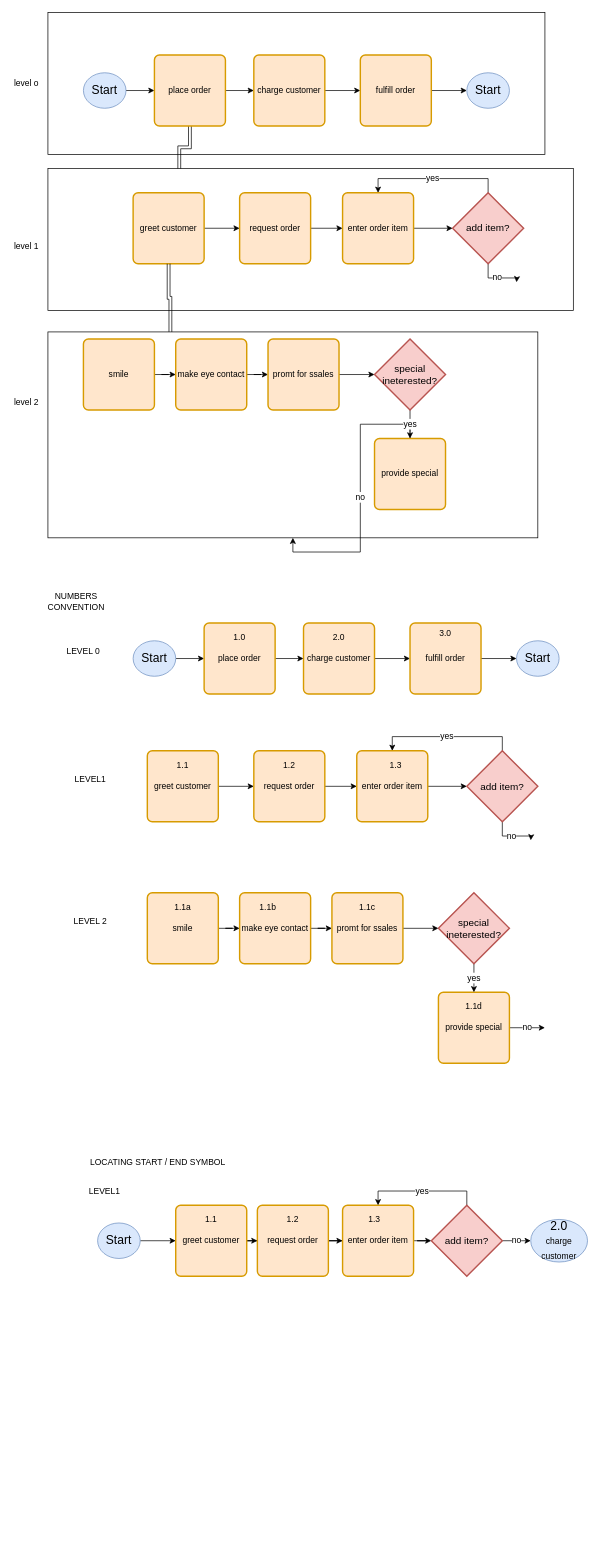
The draw.io diagram page "process flowchart levels" (10 of 10) of Untitled Diagram.drawio in lil971/FirstRepository, before the edit. Source tidied: cells renumbered, new cells numbered last; positions are measured from the earlier drawing's top-left corner, leaving out a move shared by most shapes. Both pictures are drawn from the tidied source at 71%, with x=0, y=0 at pixel (12, 12).
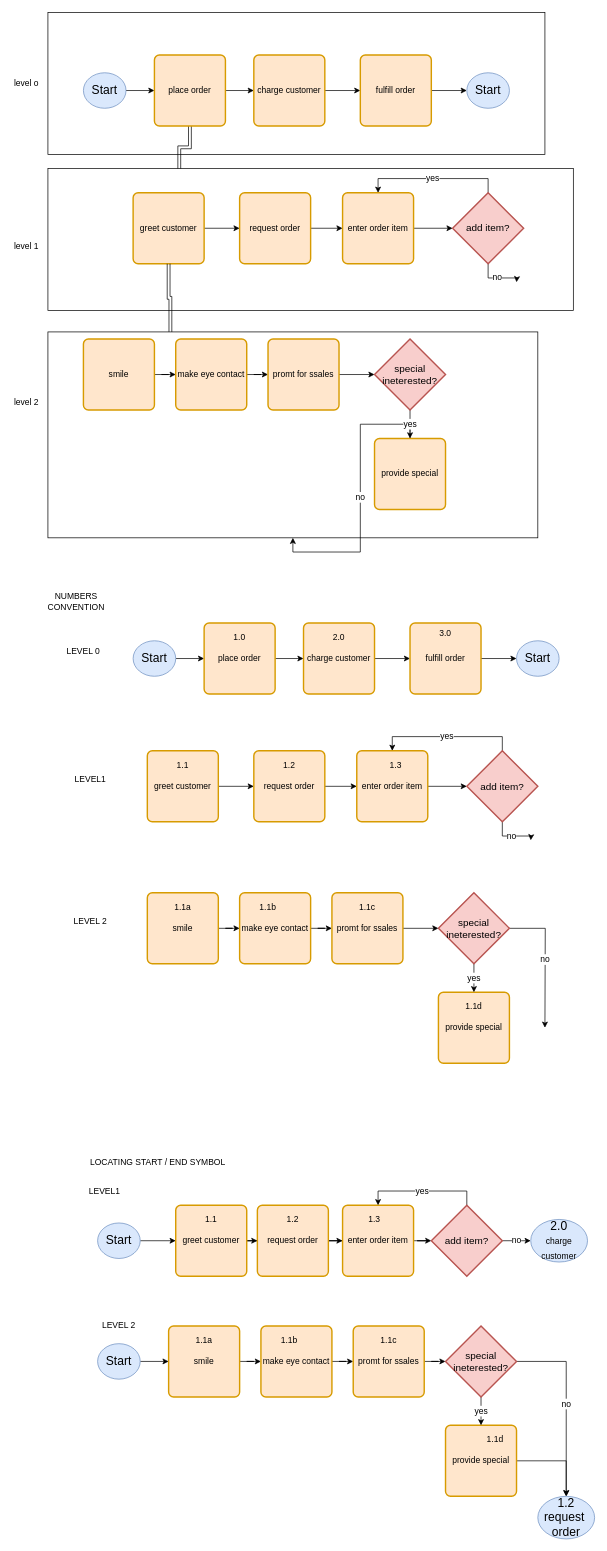
The same diagram, later.

Unchanged cells that the change refers to:
```xml
<mxCell id="72" value="provide special" style="rounded=1;whiteSpace=wrap;html=1;absoluteArcSize=1;arcSize=14;strokeWidth=2;fillColor=#ffe6cc;strokeColor=#d79b00;fontSize=12;align=center;" parent="1" vertex="1">
  <mxGeometry x="600" y="1380" width="100" height="100" as="geometry" />
</mxCell>
<mxCell id="74" value="&lt;font style=&quot;font-size: 14px&quot;&gt;special ineterested?&lt;/font&gt;" style="strokeWidth=2;html=1;shape=mxgraph.flowchart.decision;whiteSpace=wrap;fillColor=#f8cecc;strokeColor=#b85450;fontSize=12;align=center;" parent="1" vertex="1">
  <mxGeometry x="600" y="1240" width="100" height="100" as="geometry" />
</mxCell>
```

The edit, as a diff of the source:
```diff
@@
-    <mxCell id="71" value="no" style="edgeStyle=orthogonalEdgeStyle;rounded=0;jettySize=auto;html=1;fontSize=12;" parent="1" edge="1" source="72">
+    <mxCell id="71" value="no" style="edgeStyle=orthogonalEdgeStyle;rounded=0;jettySize=auto;html=1;fontSize=12;" parent="1" edge="1" source="74">
       <mxGeometry relative="1" as="geometry">
         <mxPoint x="750" y="1430" as="targetPoint" />
       </mxGeometry>
     </mxCell>
@@
+    <mxCell id="97" style="edgeStyle=orthogonalEdgeStyle;rounded=0;jettySize=auto;html=1;fontSize=12;" parent="1" edge="1" source="98" target="100">
+      <mxGeometry relative="1" as="geometry" />
+    </mxCell>
+    <mxCell id="98" value="smile" style="rounded=1;whiteSpace=wrap;html=1;absoluteArcSize=1;arcSize=14;strokeWidth=2;fillColor=#ffe6cc;strokeColor=#d79b00;fontSize=12;align=center;" parent="1" vertex="1">
+      <mxGeometry x="220" y="1850" width="100" height="100" as="geometry" />
+    </mxCell>
+    <mxCell id="99" style="edgeStyle=orthogonalEdgeStyle;rounded=0;jettySize=auto;html=1;fontSize=12;" parent="1" edge="1" source="100" target="102">
+      <mxGeometry relative="1" as="geometry" />
+    </mxCell>
+    <mxCell id="100" value="make eye contact" style="rounded=1;whiteSpace=wrap;html=1;absoluteArcSize=1;arcSize=14;strokeWidth=2;fillColor=#ffe6cc;strokeColor=#d79b00;fontSize=12;align=center;" parent="1" vertex="1">
+      <mxGeometry x="350" y="1850" width="100" height="100" as="geometry" />
+    </mxCell>
+    <mxCell id="101" style="edgeStyle=orthogonalEdgeStyle;rounded=0;jettySize=auto;html=1;fontSize=12;" parent="1" edge="1" source="102" target="107">
+      <mxGeometry relative="1" as="geometry" />
+    </mxCell>
+    <mxCell id="102" value="promt for ssales" style="rounded=1;whiteSpace=wrap;html=1;absoluteArcSize=1;arcSize=14;strokeWidth=2;fillColor=#ffe6cc;strokeColor=#d79b00;fontSize=12;align=center;" parent="1" vertex="1">
+      <mxGeometry x="480" y="1850" width="100" height="100" as="geometry" />
+    </mxCell>
+    <mxCell id="103" value="no" style="edgeStyle=orthogonalEdgeStyle;rounded=0;jettySize=auto;html=1;fontSize=12;exitX=1;exitY=0.5;exitDx=0;exitDy=0;exitPerimeter=0;" parent="1" edge="1" source="107" target="115">
+      <mxGeometry relative="1" as="geometry" />
+    </mxCell>
+    <mxCell id="104" style="edgeStyle=orthogonalEdgeStyle;rounded=0;jettySize=auto;html=1;fontSize=12;entryX=0.5;entryY=0;entryDx=0;entryDy=0;" parent="1" edge="1" source="105" target="115">
+      <mxGeometry relative="1" as="geometry" />
+    </mxCell>
+    <mxCell id="105" value="provide special" style="rounded=1;whiteSpace=wrap;html=1;absoluteArcSize=1;arcSize=14;strokeWidth=2;fillColor=#ffe6cc;strokeColor=#d79b00;fontSize=12;align=center;" parent="1" vertex="1">
+      <mxGeometry x="610" y="1990" width="100" height="100" as="geometry" />
+    </mxCell>
+    <mxCell id="106" value="yes" style="edgeStyle=orthogonalEdgeStyle;rounded=0;jettySize=auto;html=1;fontSize=12;" parent="1" edge="1" source="107" target="105">
+      <mxGeometry relative="1" as="geometry" />
+    </mxCell>
+    <mxCell id="107" value="&lt;font style=&quot;font-size: 14px&quot;&gt;special ineterested?&lt;/font&gt;" style="strokeWidth=2;html=1;shape=mxgraph.flowchart.decision;whiteSpace=wrap;fillColor=#f8cecc;strokeColor=#b85450;fontSize=12;align=center;" parent="1" vertex="1">
+      <mxGeometry x="610" y="1850" width="100" height="100" as="geometry" />
+    </mxCell>
+    <mxCell id="108" value="LEVEL 2" style="text;html=1;strokeColor=none;fillColor=none;align=center;verticalAlign=middle;whiteSpace=wrap;rounded=0;fontSize=12;" parent="1" vertex="1">
+      <mxGeometry x="120" y="1840" width="60" height="20" as="geometry" />
+    </mxCell>
+    <mxCell id="109" value="1.1a" style="text;html=1;strokeColor=none;fillColor=none;align=center;verticalAlign=middle;whiteSpace=wrap;rounded=0;fontSize=12;" parent="1" vertex="1">
+      <mxGeometry x="240" y="1860" width="60" height="20" as="geometry" />
+    </mxCell>
+    <mxCell id="110" value="1.1b" style="text;html=1;strokeColor=none;fillColor=none;align=center;verticalAlign=middle;whiteSpace=wrap;rounded=0;fontSize=12;" parent="1" vertex="1">
+      <mxGeometry x="360" y="1860" width="60" height="20" as="geometry" />
+    </mxCell>
+    <mxCell id="111" value="1.1c" style="text;html=1;strokeColor=none;fillColor=none;align=center;verticalAlign=middle;whiteSpace=wrap;rounded=0;fontSize=12;" parent="1" vertex="1">
+      <mxGeometry x="500" y="1860" width="60" height="20" as="geometry" />
+    </mxCell>
+    <mxCell id="112" value="1.1d" style="text;html=1;strokeColor=none;fillColor=none;align=center;verticalAlign=middle;whiteSpace=wrap;rounded=0;fontSize=12;" parent="1" vertex="1">
+      <mxGeometry x="650" y="2000" width="60" height="20" as="geometry" />
+    </mxCell>
+    <mxCell id="113" style="edgeStyle=orthogonalEdgeStyle;rounded=0;jettySize=auto;html=1;fontSize=12;" parent="1" edge="1" source="114" target="98">
+      <mxGeometry relative="1" as="geometry" />
+    </mxCell>
+    <mxCell id="114" value="Start" style="ellipse;whiteSpace=wrap;html=1;fontSize=17;fillColor=#dae8fc;strokeColor=#6c8ebf;align=center;" parent="1" vertex="1">
+      <mxGeometry x="120" y="1875" width="60" height="50" as="geometry" />
+    </mxCell>
+    <mxCell id="115" value="1.2&lt;br&gt;request&amp;nbsp;&lt;br&gt;order" style="ellipse;whiteSpace=wrap;html=1;fontSize=17;fillColor=#dae8fc;strokeColor=#6c8ebf;align=center;" parent="1" vertex="1">
+      <mxGeometry x="740" y="2090" width="80" height="60" as="geometry" />
+    </mxCell>
```
